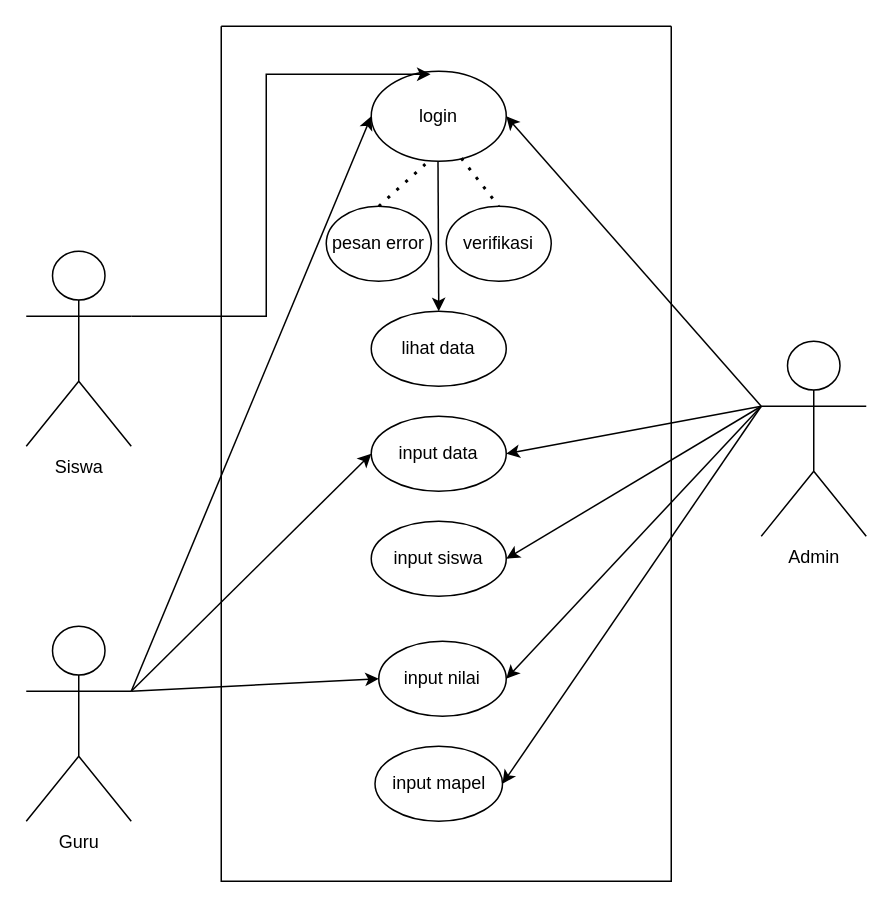
alficlanjr/Jobsheet1 keeps this draw.io diagram as Untitled Diagram.drawio. Above is the earlier version. Source tidied: cells renumbered, new cells numbered last; positions are measured from the earlier drawing's top-left corner, leaving out a move shared by most shapes. Both pictures are drawn from the tidied source at 150%, with x=0, y=0 at pixel (26, 26).
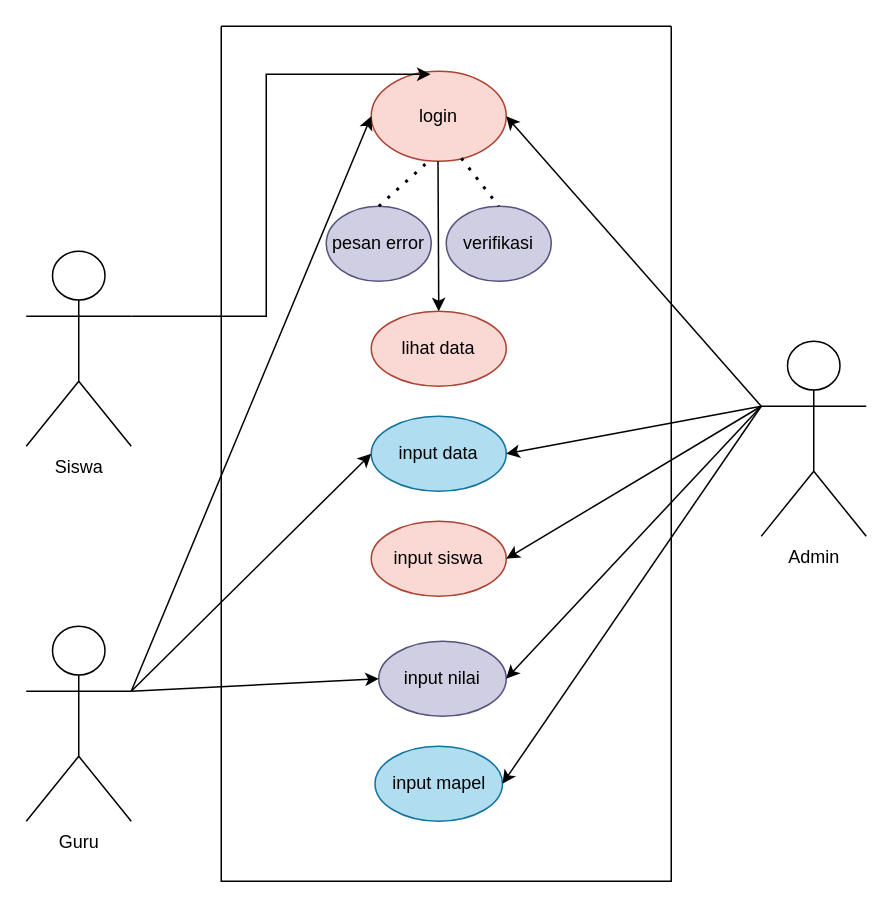
Above is the later version.

The change refers to these unchanged cells:
```xml
<mxCell id="2" style="swimlane;startSize=0;" parent="1" vertex="1">
  <mxGeometry x="130" width="300" height="570" as="geometry" />
</mxCell>
```

The edit, as a diff of the source:
```diff
@@
-    <mxCell id="3" value="login" style="ellipse;whiteSpace=wrap;html=1;" parent="2" vertex="1">
+    <mxCell id="3" value="login" style="ellipse;whiteSpace=wrap;html=1;fillColor=#fad9d5;strokeColor=#ae4132;" parent="2" vertex="1">
       <mxGeometry x="100" y="30" width="90" height="60" as="geometry" />
     </mxCell>
-    <mxCell id="4" value="input nilai" style="ellipse;whiteSpace=wrap;html=1;" parent="2" vertex="1">
+    <mxCell id="4" value="input nilai" style="ellipse;whiteSpace=wrap;html=1;fillColor=#d0cee2;strokeColor=#56517e;" parent="2" vertex="1">
       <mxGeometry x="105" y="410" width="85" height="50" as="geometry" />
     </mxCell>
-    <mxCell id="5" value="input mapel" style="ellipse;whiteSpace=wrap;html=1;" parent="2" vertex="1">
+    <mxCell id="5" value="input mapel" style="ellipse;whiteSpace=wrap;html=1;fillColor=#b1ddf0;strokeColor=#10739e;" parent="2" vertex="1">
       <mxGeometry x="102.5" y="480" width="85" height="50" as="geometry" />
     </mxCell>
@@
-    <mxCell id="7" value="input siswa" style="ellipse;whiteSpace=wrap;html=1;" parent="2" vertex="1">
+    <mxCell id="7" value="input siswa" style="ellipse;whiteSpace=wrap;html=1;fillColor=#fad9d5;strokeColor=#ae4132;" parent="2" vertex="1">
       <mxGeometry x="100" y="330" width="90" height="50" as="geometry" />
     </mxCell>
-    <mxCell id="8" value="lihat data" style="ellipse;whiteSpace=wrap;html=1;" parent="2" vertex="1">
+    <mxCell id="8" value="lihat data" style="ellipse;whiteSpace=wrap;html=1;fillColor=#fad9d5;strokeColor=#ae4132;" parent="2" vertex="1">
       <mxGeometry x="100" y="190" width="90" height="50" as="geometry" />
     </mxCell>
-    <mxCell id="9" value="pesan error" style="ellipse;whiteSpace=wrap;html=1;" parent="2" vertex="1">
+    <mxCell id="9" value="pesan error" style="ellipse;whiteSpace=wrap;html=1;fillColor=#d0cee2;strokeColor=#56517e;" parent="2" vertex="1">
       <mxGeometry x="70" y="120" width="70" height="50" as="geometry" />
     </mxCell>
-    <mxCell id="10" value="verifikasi" style="ellipse;whiteSpace=wrap;html=1;" parent="2" vertex="1">
+    <mxCell id="10" value="verifikasi" style="ellipse;whiteSpace=wrap;html=1;fillColor=#d0cee2;strokeColor=#56517e;" parent="2" vertex="1">
       <mxGeometry x="150" y="120" width="70" height="50" as="geometry" />
     </mxCell>
@@
-    <mxCell id="14" value="input data" style="ellipse;whiteSpace=wrap;html=1;" parent="2" vertex="1">
+    <mxCell id="14" value="input data" style="ellipse;whiteSpace=wrap;html=1;fillColor=#b1ddf0;strokeColor=#10739e;" parent="2" vertex="1">
       <mxGeometry x="100" y="260" width="90" height="50" as="geometry" />
     </mxCell>
```
